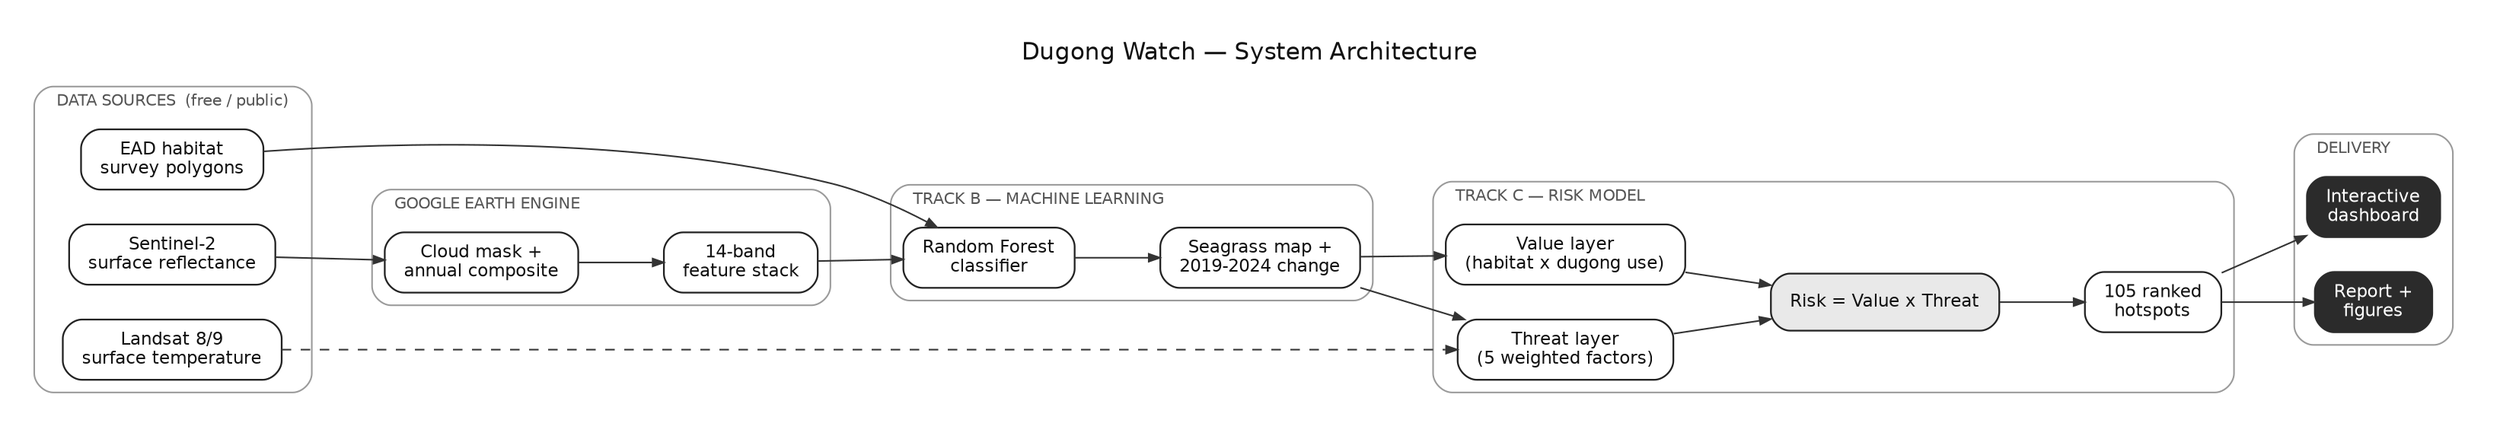
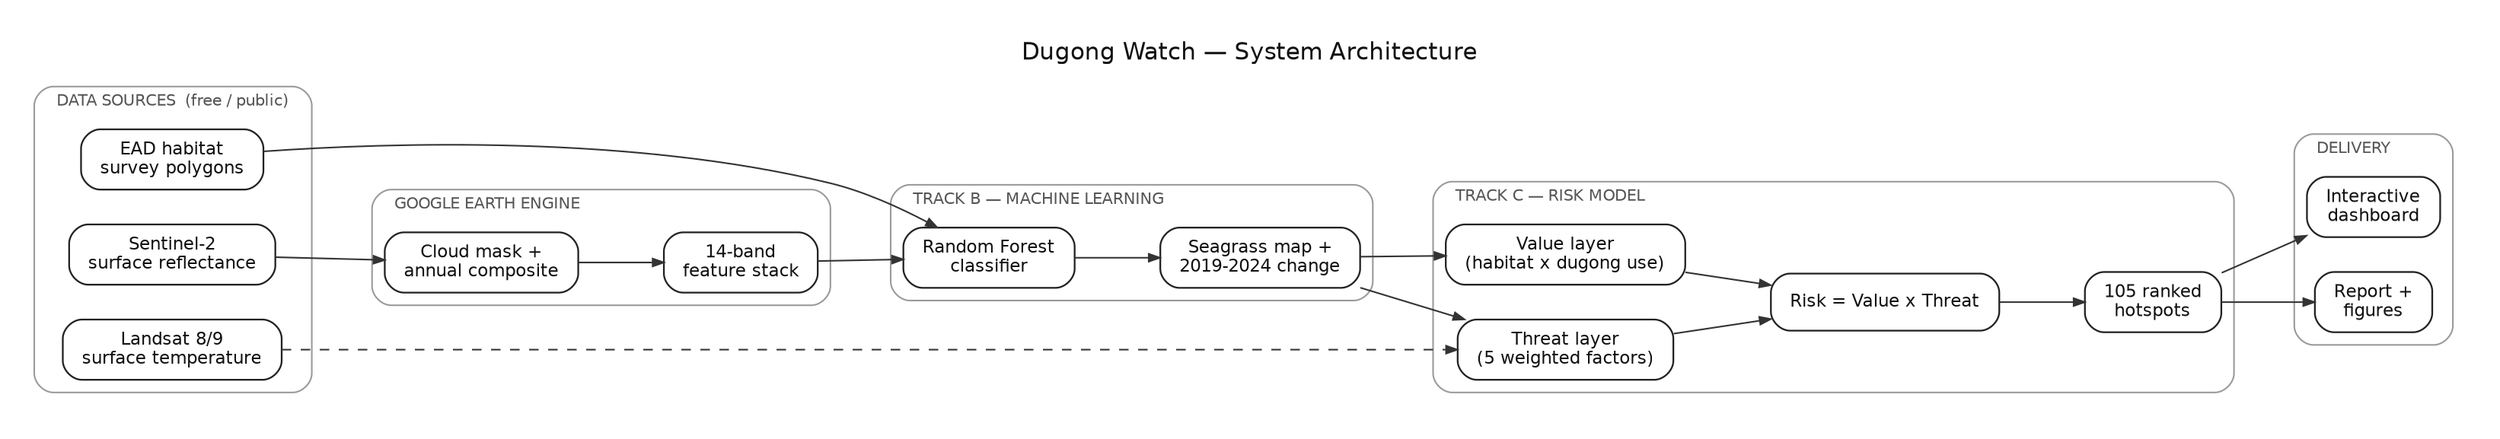
digraph system_architecture {
  rankdir=LR;
  graph [fontname="Helvetica", label="Dugong Watch — System Architecture", labelloc=t, fontsize=15, fontcolor="#111111", bgcolor="white", nodesep=0.30, ranksep=0.75, splines=spline, pad=0.3];
  node  [shape=box, style="rounded,filled", fillcolor="white", color="#222222", penwidth=1.1, fontname="Helvetica", fontsize=11, fontcolor="#111111", margin="0.16,0.10"];
  edge  [color="#333333", penwidth=1.0, arrowsize=0.7];

  subgraph cluster_data {
    label="  DATA SOURCES  (free / public)  "; labeljust=l; style="rounded"; color="#9a9a9a"; fontsize=10; fontcolor="#555555";
    s2  [label="Sentinel-2\nsurface reflectance"];
    ls  [label="Landsat 8/9\nsurface temperature"];
    ead [label="EAD habitat\nsurvey polygons"];
  }
  subgraph cluster_gee {
    label="  GOOGLE EARTH ENGINE  "; labeljust=l; style="rounded"; color="#9a9a9a"; fontsize=10; fontcolor="#555555";
    mask [label="Cloud mask +\nannual composite"];
    feat [label="14-band\nfeature stack"];
  }
  subgraph cluster_ml {
    label="  TRACK B — MACHINE LEARNING  "; labeljust=l; style="rounded"; color="#9a9a9a"; fontsize=10; fontcolor="#555555";
    rf  [label="Random Forest\nclassifier"];
    seg [label="Seagrass map +\n2019-2024 change"];
  }
  subgraph cluster_risk {
    label="  TRACK C — RISK MODEL  "; labeljust=l; style="rounded"; color="#9a9a9a"; fontsize=10; fontcolor="#555555";
    val  [label="Value layer\n(habitat x dugong use)"];
    thr  [label="Threat layer\n(5 weighted factors)"];
-     risk [label="Risk = Value x Threat", fillcolor="#e9e9e9"];
+     risk [label="Risk = Value x Threat"];
    hot  [label="105 ranked\nhotspots"];
  }
  subgraph cluster_out {
    label="  DELIVERY  "; labeljust=l; style="rounded"; color="#9a9a9a"; fontsize=10; fontcolor="#555555";
-     dash [label="Interactive\ndashboard", fillcolor="#2b2b2b", fontcolor="white", color="#2b2b2b"];
-     rep  [label="Report +\nfigures", fillcolor="#2b2b2b", fontcolor="white", color="#2b2b2b"];
+     dash [label="Interactive\ndashboard"];
+     rep  [label="Report +\nfigures"];
  }

  s2 -> mask;  ead -> rf;
  mask -> feat -> rf -> seg;
  seg -> val;  seg -> thr;
  ls -> thr [style=dashed];
  val -> risk;  thr -> risk;
  risk -> hot;
  hot -> dash;  hot -> rep;
}
